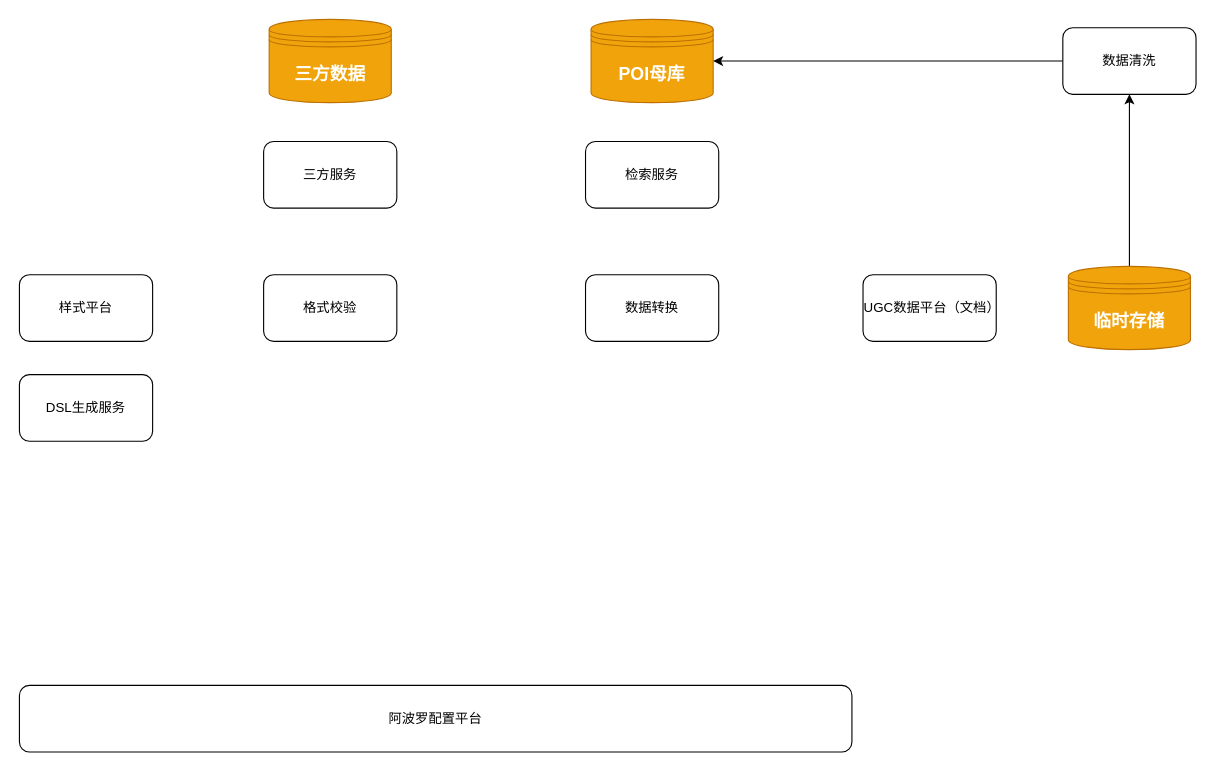
Earlier version of the draw.io diagram page "第 4 页" (4 of 4) of extrodianry-map.drawio (wangziji/graphics). Source tidied: cells renumbered, new cells numbered last; positions are measured from the earlier drawing's top-left corner, leaving out a move shared by most shapes. Both pictures are drawn from the tidied source at 111%, with x=0, y=0 at pixel (19, 19).
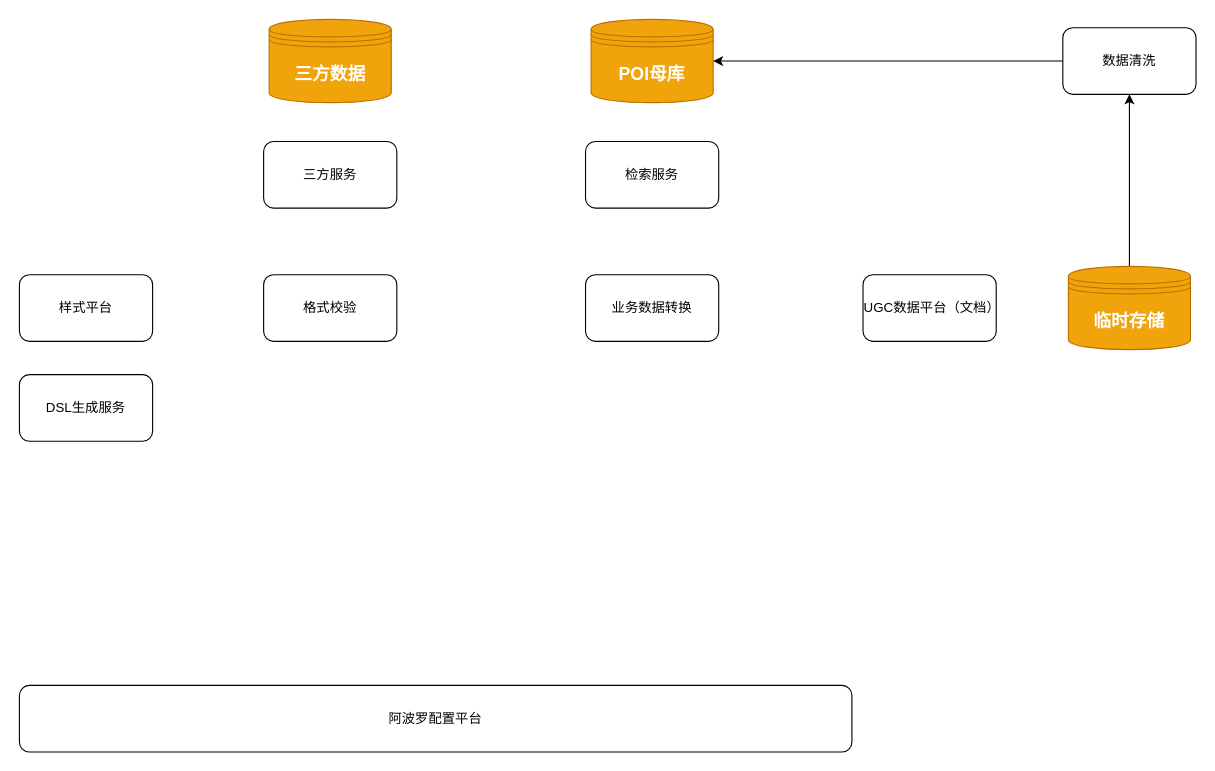
Above is the later version.

Change to the diagram source:
```diff
@@
 <mxGraphModel>
   <root>
     <mxCell id="0" />
     <mxCell id="1" parent="0" />
     <mxCell id="2" value="样式平台" style="rounded=1;whiteSpace=wrap;html=1;" parent="1" vertex="1">
       <mxGeometry y="230" width="120" height="60" as="geometry" />
     </mxCell>
     <mxCell id="3" value="DSL生成服务" style="rounded=1;whiteSpace=wrap;html=1;" parent="1" vertex="1">
       <mxGeometry y="320" width="120" height="60" as="geometry" />
     </mxCell>
     <mxCell id="4" value="阿波罗配置平台" style="rounded=1;whiteSpace=wrap;html=1;" parent="1" vertex="1">
       <mxGeometry y="600" width="750" height="60" as="geometry" />
     </mxCell>
     <mxCell id="5" value="&lt;b style=&quot;font-size: 16px;&quot;&gt;&lt;font style=&quot;font-size: 16px;&quot;&gt;POI母库&lt;/font&gt;&lt;/b&gt;" style="shape=datastore;whiteSpace=wrap;html=1;fillColor=#f0a30a;strokeColor=#BD7000;fontColor=#ffffff;fontSize=16;" parent="1" vertex="1">
       <mxGeometry x="515" width="110" height="75" as="geometry" />
     </mxCell>
     <mxCell id="6" value="检索服务" style="rounded=1;whiteSpace=wrap;html=1;" parent="1" vertex="1">
       <mxGeometry x="510" y="110" width="120" height="60" as="geometry" />
     </mxCell>
-    <mxCell id="7" value="数据转换" style="rounded=1;whiteSpace=wrap;html=1;" parent="1" vertex="1">
+    <mxCell id="7" value="业务数据转换" style="rounded=1;whiteSpace=wrap;html=1;" parent="1" vertex="1">
       <mxGeometry x="510" y="230" width="120" height="60" as="geometry" />
     </mxCell>
     <mxCell id="8" value="&lt;b&gt;三方数据&lt;/b&gt;" style="shape=datastore;whiteSpace=wrap;html=1;fillColor=#f0a30a;strokeColor=#BD7000;fontColor=#ffffff;fontSize=16;" parent="1" vertex="1">
       <mxGeometry x="225" width="110" height="75" as="geometry" />
     </mxCell>
     <mxCell id="9" value="三方服务" style="rounded=1;whiteSpace=wrap;html=1;" parent="1" vertex="1">
       <mxGeometry x="220" y="110" width="120" height="60" as="geometry" />
     </mxCell>
     <mxCell id="10" value="格式校验" style="rounded=1;whiteSpace=wrap;html=1;" parent="1" vertex="1">
       <mxGeometry x="220" y="230" width="120" height="60" as="geometry" />
     </mxCell>
     <mxCell id="11" value="UGC数据平台（文档）" style="rounded=1;whiteSpace=wrap;html=1;" parent="1" vertex="1">
       <mxGeometry x="760" y="230" width="120" height="60" as="geometry" />
     </mxCell>
     <mxCell id="12" style="edgeStyle=orthogonalEdgeStyle;rounded=0;jettySize=auto;html=1;exitX=0;exitY=0.5;exitDx=0;exitDy=0;entryX=1;entryY=0.5;entryDx=0;entryDy=0;" parent="1" edge="1" source="13" target="5">
       <mxGeometry relative="1" as="geometry" />
     </mxCell>
     <mxCell id="13" value="数据清洗" style="rounded=1;whiteSpace=wrap;html=1;" parent="1" vertex="1">
       <mxGeometry x="940" y="7.5" width="120" height="60" as="geometry" />
     </mxCell>
     <mxCell id="14" style="edgeStyle=orthogonalEdgeStyle;rounded=0;jettySize=auto;html=1;exitX=0.5;exitY=0;exitDx=0;exitDy=0;" parent="1" edge="1" source="15" target="13">
       <mxGeometry relative="1" as="geometry" />
     </mxCell>
     <mxCell id="15" value="&lt;b&gt;临时存储&lt;/b&gt;" style="shape=datastore;whiteSpace=wrap;html=1;fillColor=#f0a30a;strokeColor=#BD7000;fontColor=#ffffff;fontSize=16;" parent="1" vertex="1">
       <mxGeometry x="945" y="222.5" width="110" height="75" as="geometry" />
     </mxCell>
   </root>
 </mxGraphModel>
```
